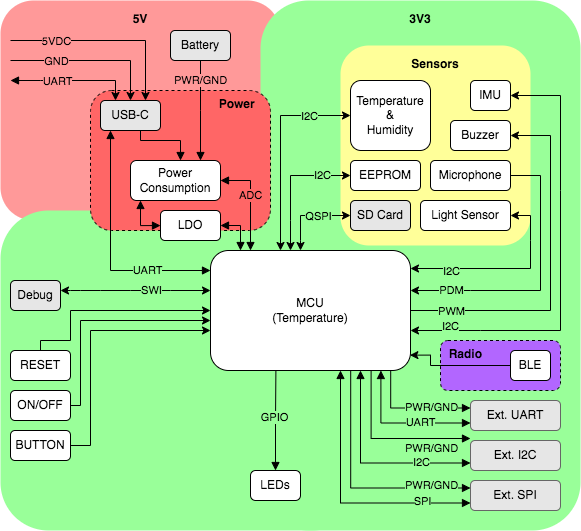
This is doc/img/functional.drawio.png from oldgeezr/sensa, a draw.io export, as it was before one commit. Source tidied: cells renumbered, new cells last; positions are measured from the earlier drawing's top-left corner, leaving out a move shared by most shapes.
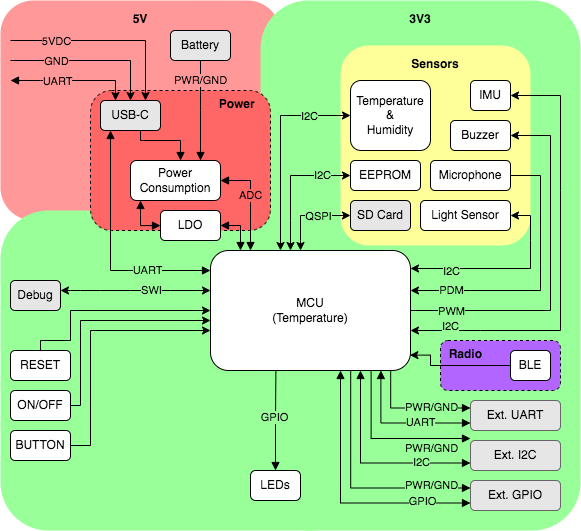
After the change.

Commit message:
Added connector datasheet and fix diagram

The edit, as a diff of the source:
```diff
@@ -335,13 +335,13 @@
         <mxPoint x="65" y="-2" as="offset" />
       </mxGeometry>
     </mxCell>
-    <mxCell id="67" value="Ext. SPI" style="rounded=1;whiteSpace=wrap;html=1;fillColor=#E6E6E6;gradientColor=none;strokeColor=#666666;" parent="1" vertex="1">
+    <mxCell id="67" value="Ext. GPIO" style="rounded=1;whiteSpace=wrap;html=1;fillColor=#E6E6E6;gradientColor=none;strokeColor=#666666;" parent="1" vertex="1">
       <mxGeometry x="470" y="480" width="90" height="30" as="geometry" />
     </mxCell>
     <mxCell id="68" style="edgeStyle=orthogonalEdgeStyle;rounded=0;jettySize=auto;html=1;startArrow=block;startFill=1;endArrow=block;endFill=1;entryX=0.65;entryY=1;entryDx=0;entryDy=0;entryPerimeter=0;exitX=0;exitY=0.75;exitDx=0;exitDy=0;" parent="1" edge="1" source="67" target="30">
       <mxGeometry relative="1" as="geometry" />
     </mxCell>
-    <mxCell id="69" value="SPI" style="edgeLabel;html=1;align=center;verticalAlign=middle;labelBackgroundColor=#99FF99;" parent="68" vertex="1">
+    <mxCell id="69" value="GPIO" style="edgeLabel;html=1;align=center;verticalAlign=middle;labelBackgroundColor=#99FF99;" parent="68" vertex="1">
       <mxGeometry x="-0.37" y="-1" relative="1" as="geometry">
         <mxPoint x="33" y="-1" as="offset" />
       </mxGeometry>
```
